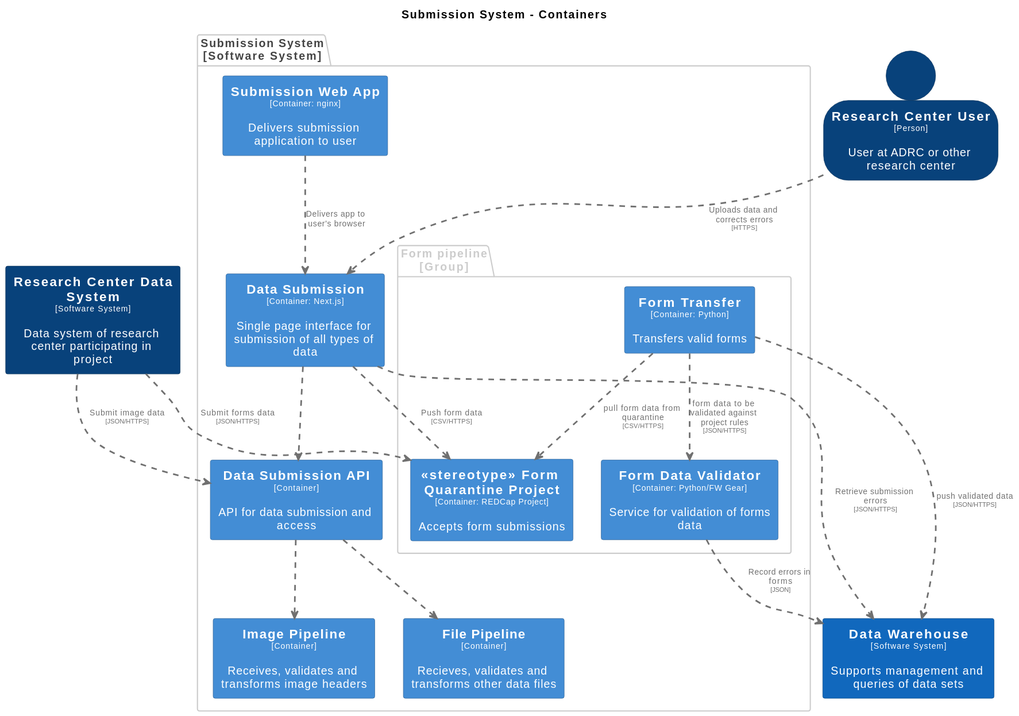
Earlier version of the PlantUML export docs/images/structurizr-SubmissionContainers.svg (naccdata/system-design).
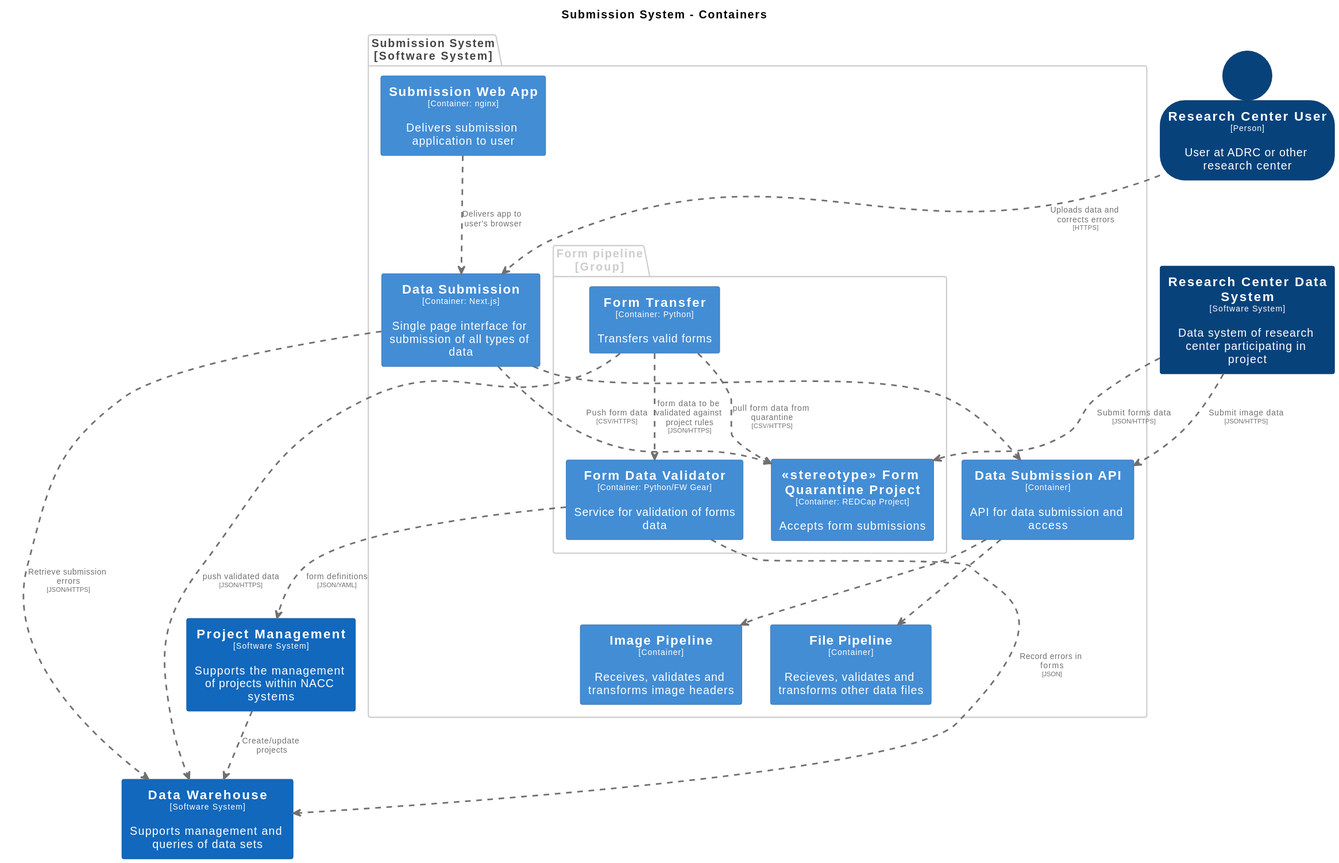
Above is the later version.

The edit, as a diff of the source:
```diff
@@ -53,6 +53,11 @@
   FontColor #ffffff
   BorderColor #2e6295
 }
+skinparam rectangle<<ProjectManagement>> {
+  BackgroundColor #1168bd
+  FontColor #ffffff
+  BorderColor #0b4884
+}
 skinparam rectangle<<ResearchCenterDataSystem>> {
   BackgroundColor #08427b
   FontColor #ffffff
@@ -72,6 +77,7 @@
 rectangle "==Data Warehouse\n<size:10>[Software System]</size>\n\nSupports management and queries of data sets" <<DataWarehouse>> as DataWarehouse
 person "==Research Center User\n<size:10>[Person]</size>\n\nUser at ADRC or other research center" <<ResearchCenterUser>> as ResearchCenterUser
 rectangle "==Research Center Data System\n<size:10>[Software System]</size>\n\nData system of research center participating in project" <<ResearchCenterDataSystem>> as ResearchCenterDataSystem
+rectangle "==Project Management\n<size:10>[Software System]</size>\n\nSupports the management of projects within NACC systems" <<ProjectManagement>> as ProjectManagement
 
 package "Submission System\n[Software System]" <<SubmissionSystem>> {
   skinparam PackageBorderColor<<SubmissionSystem>> #444444
@@ -96,7 +102,9 @@
 ResearchCenterUser .[#707070,thickness=2].> SubmissionSystem.DataSubmission : "<color:#707070>Uploads data and corrects errors\n<color:#707070><size:8>[HTTPS]</size>"
 ResearchCenterDataSystem .[#707070,thickness=2].> SubmissionSystem.stereotypeFormQuarantineProject : "<color:#707070>Submit forms data\n<color:#707070><size:8>[JSON/HTTPS]</size>"
 ResearchCenterDataSystem .[#707070,thickness=2].> SubmissionSystem.DataSubmissionAPI : "<color:#707070>Submit image data\n<color:#707070><size:8>[JSON/HTTPS]</size>"
+ProjectManagement .[#707070,thickness=2].> DataWarehouse : "<color:#707070>Create/update projects"
 SubmissionSystem.FormDataValidator .[#707070,thickness=2].> DataWarehouse : "<color:#707070>Record errors in forms\n<color:#707070><size:8>[JSON]</size>"
+SubmissionSystem.FormDataValidator .[#707070,thickness=2].> ProjectManagement : "<color:#707070>form definitions\n<color:#707070><size:8>[JSON/YAML]</size>"
 SubmissionSystem.FormTransfer .[#707070,thickness=2].> SubmissionSystem.stereotypeFormQuarantineProject : "<color:#707070>pull form data from quarantine\n<color:#707070><size:8>[CSV/HTTPS]</size>"
 SubmissionSystem.FormTransfer .[#707070,thickness=2].> SubmissionSystem.FormDataValidator : "<color:#707070>form data to be validated against project rules\n<color:#707070><size:8>[JSON/HTTPS]</size>"
 SubmissionSystem.FormTransfer .[#707070,thickness=2].> DataWarehouse : "<color:#707070>push validated data\n<color:#707070><size:8>[JSON/HTTPS]</size>"
```
